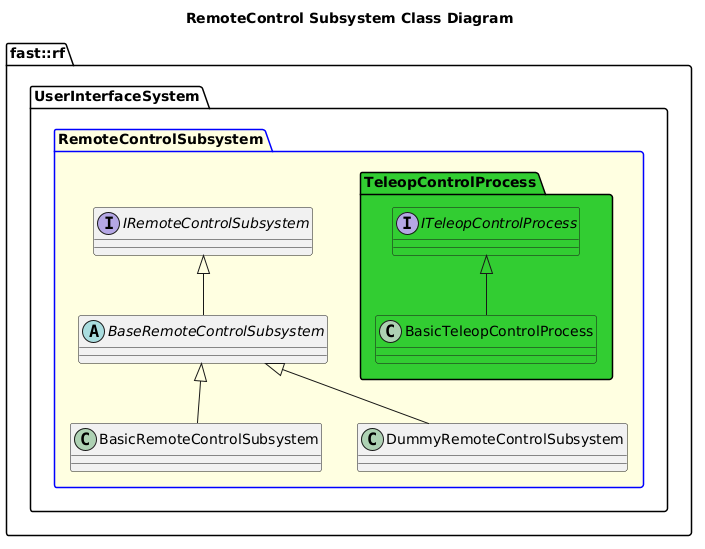
Before: Systems/UserInterface/Subsystems/RemoteControl/doc/puml/RemoteControlSubsystemClassDiagram.png, a diagram exported from PlantUML (fastrobotics/robot_framework). Its diagram source:
```plantuml
@startuml
title RemoteControl Subsystem Class Diagram
namespace fast::rf {
  namespace UserInterfaceSystem {
    package RemoteControlSubsystem #LightYellow;line:blue  {
      interface IRemoteControlSubsystem {

      }
      abstract BaseRemoteControlSubsystem {

      }
      BaseRemoteControlSubsystem -up-|> IRemoteControlSubsystem
      class BasicRemoteControlSubsystem {
      }
      BasicRemoteControlSubsystem -up-|> BaseRemoteControlSubsystem
      class DummyRemoteControlSubsystem {
      }
      DummyRemoteControlSubsystem -up-|> BaseRemoteControlSubsystem
      package TeleopControlProcess #LimeGreen {
        interface ITeleopControlProcess #LimeGreen
        class BasicTeleopControlProcess #LimeGreen
        BasicTeleopControlProcess -up-|> ITeleopControlProcess
      }
    }
  }
}
@enduml
```
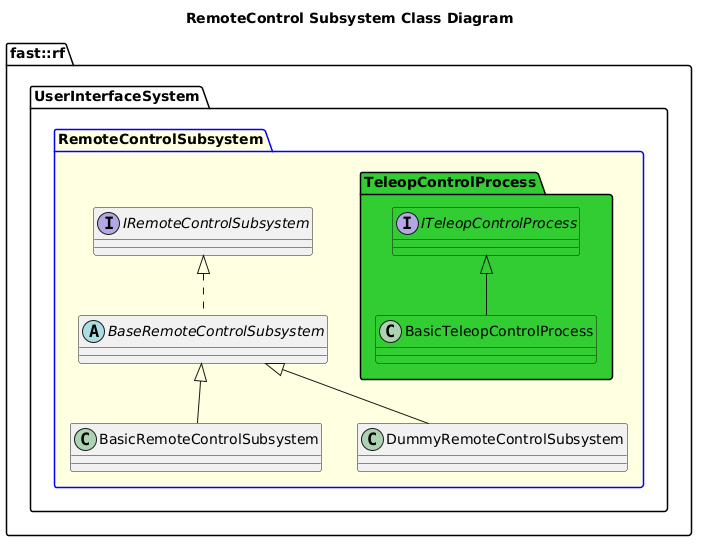
Later version of the same file.

Diff of the diagram source:
```diff
@@ -9,7 +9,7 @@
       abstract BaseRemoteControlSubsystem {
 
       }
-      BaseRemoteControlSubsystem -up-|> IRemoteControlSubsystem
+      BaseRemoteControlSubsystem .up.|> IRemoteControlSubsystem
       class BasicRemoteControlSubsystem {
       }
       BasicRemoteControlSubsystem -up-|> BaseRemoteControlSubsystem
```
